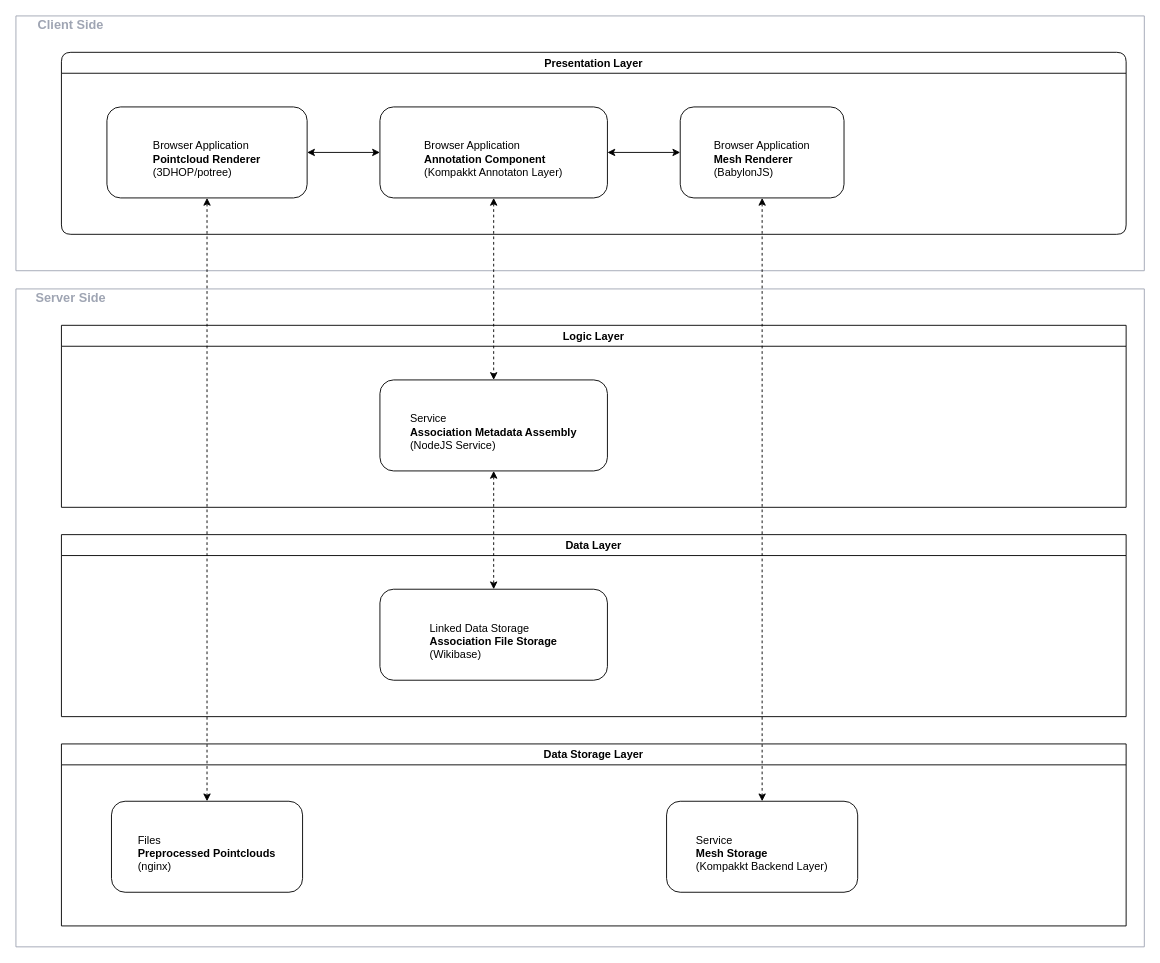
The draw.io diagram diagrams/annotation_system_arch.drawio in richard-vock/M4-diagrams, before the edit. Source tidied: cells renumbered, new cells numbered last; positions are measured from the earlier drawing's top-left corner, leaving out a move shared by most shapes. Both pictures are drawn from the tidied source at 91%, with x=0, y=0 at pixel (15, 15).
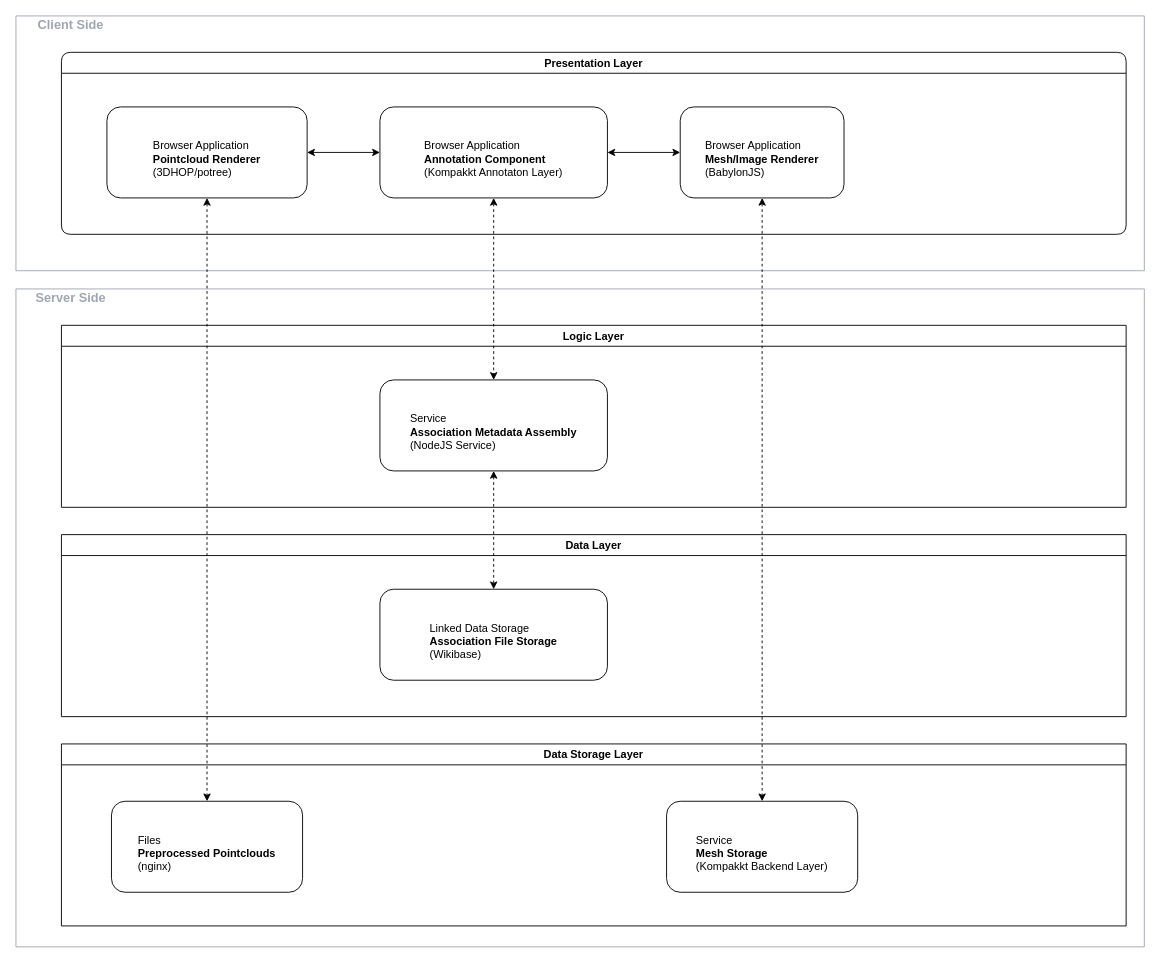
The same diagram, later.

Unchanged cells that the change refers to:
```xml
<mxCell id="13" value="Presentation Layer" style="swimlane;rounded=1;strokeColor=#000000;fillColor=#ffffff;" parent="1" vertex="1">
  <mxGeometry x="50" y="40" width="1170" height="200" as="geometry" />
</mxCell>
```

Change to the diagram source:
```diff
@@
-    <mxCell id="18" value="&lt;div style=&quot;text-align: left&quot;&gt;&lt;span&gt;&lt;br&gt;&lt;/span&gt;&lt;/div&gt;&lt;div style=&quot;text-align: left&quot;&gt;Browser Application&lt;/div&gt;&lt;font style=&quot;font-size: 12px&quot;&gt;&lt;div style=&quot;text-align: left&quot;&gt;&lt;b&gt;Mesh Renderer&lt;/b&gt;&lt;br&gt;&lt;/div&gt;&lt;div style=&quot;text-align: left&quot;&gt;&lt;span&gt;(BabylonJS)&lt;/span&gt;&lt;/div&gt;&lt;/font&gt;" style="rounded=1;whiteSpace=wrap;html=1;strokeColor=#000000;fillColor=#ffffff;" parent="13" vertex="1">
+    <mxCell id="18" value="&lt;div style=&quot;text-align: left&quot;&gt;&lt;span&gt;&lt;br&gt;&lt;/span&gt;&lt;/div&gt;&lt;div style=&quot;text-align: left&quot;&gt;Browser Application&lt;/div&gt;&lt;font style=&quot;font-size: 12px&quot;&gt;&lt;div style=&quot;text-align: left&quot;&gt;&lt;b&gt;Mesh/Image Renderer&lt;/b&gt;&lt;br&gt;&lt;/div&gt;&lt;div style=&quot;text-align: left&quot;&gt;&lt;span&gt;(BabylonJS)&lt;/span&gt;&lt;/div&gt;&lt;/font&gt;" style="rounded=1;whiteSpace=wrap;html=1;strokeColor=#000000;fillColor=#ffffff;" parent="13" vertex="1">
       <mxGeometry x="680" y="60" width="180" height="100" as="geometry" />
     </mxCell>
```
